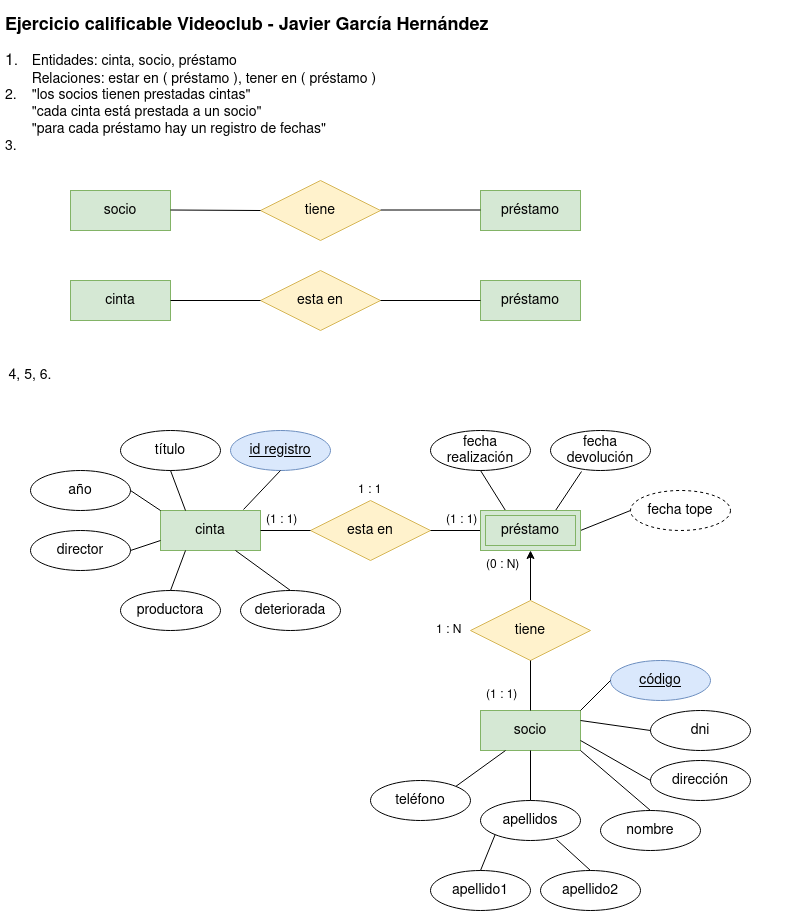
Earlier version of the draw.io export ejercicioevaluable1.png (javigh193/bae). Source tidied: cells renumbered, new cells last; positions are measured from the earlier drawing's top-left corner, leaving out a move shared by most shapes.
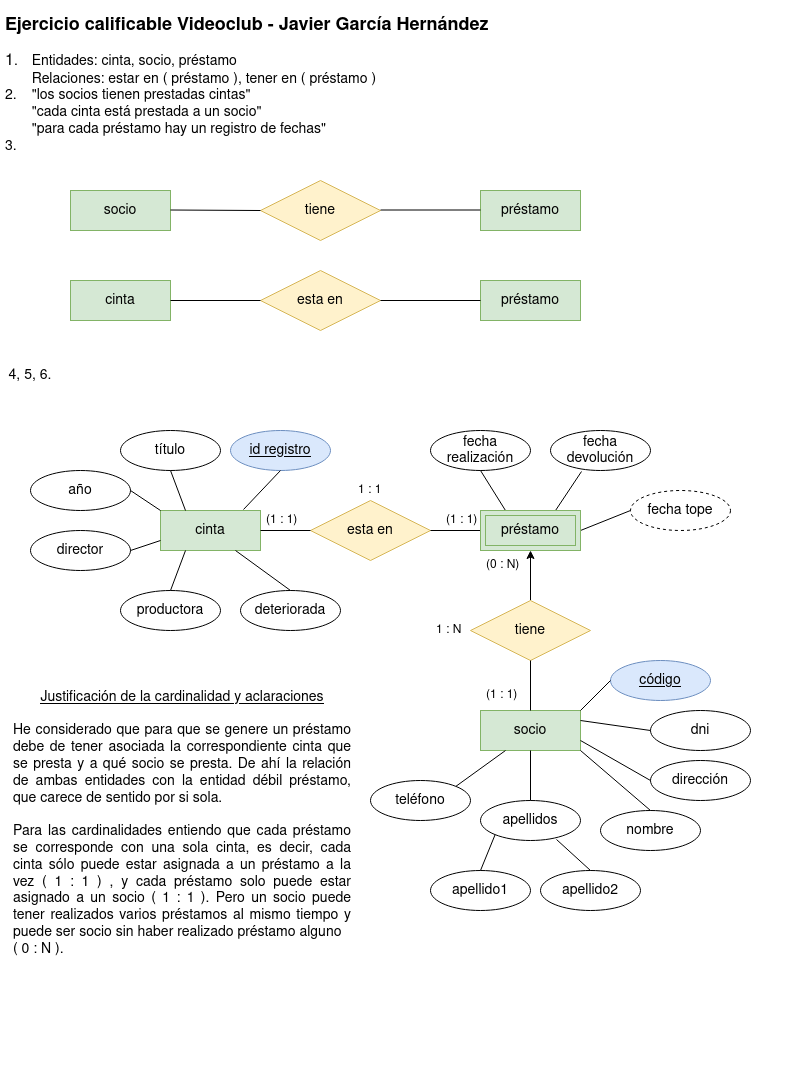
The same diagram one commit later.

What changed in the source:
```diff
@@ -200,5 +200,8 @@
     <mxCell id="62" value="1 : N" style="text;strokeColor=none;fillColor=none;spacingLeft=4;spacingRight=4;overflow=hidden;fontSize=12;" parent="1" vertex="1">
       <mxGeometry x="430" y="605" width="50" height="30" as="geometry" />
     </mxCell>
+    <mxCell id="63" value="&lt;div&gt;&lt;u&gt;Justificación de la cardinalidad y aclaraciones&lt;br&gt;&lt;/u&gt;&lt;/div&gt;&lt;div&gt;&lt;u&gt;&lt;br&gt;&lt;/u&gt;&lt;/div&gt;&lt;div align=&quot;justify&quot;&gt;He considerado que para que se genere un préstamo debe de tener asociada la correspondiente cinta que se presta y a qué socio se presta. De ahí la relación de ambas entidades con la entidad débil préstamo, que carece de sentido por si sola.&lt;/div&gt;&lt;div align=&quot;justify&quot;&gt;&lt;br&gt;&lt;/div&gt;&lt;div align=&quot;justify&quot;&gt;Para las cardinalidades entiendo que cada préstamo se corresponde con una sola cinta, es decir, cada cinta sólo puede estar asignada a un préstamo a la vez ( 1 : 1 ) , y cada préstamo solo puede estar asignado a un socio ( 1 : 1 ). Pero un socio puede tener realizados varios préstamos al mismo tiempo y puede ser socio sin haber realizado préstamo alguno &lt;br&gt;&lt;/div&gt;&lt;div align=&quot;justify&quot;&gt;( 0 : N ).&lt;br&gt;&lt;/div&gt;&lt;div&gt;&lt;u&gt;&lt;br&gt;&lt;/u&gt;&lt;/div&gt;&lt;div&gt;&lt;u&gt;&lt;br&gt;&lt;/u&gt;&lt;/div&gt;&lt;div&gt;&lt;u&gt;&lt;br&gt;&lt;/u&gt;&lt;/div&gt;&lt;div&gt;&lt;u&gt;&lt;br&gt;&lt;/u&gt;&lt;/div&gt;&lt;div&gt;&lt;u&gt;&lt;br&gt;&lt;/u&gt;&lt;/div&gt;&lt;div&gt;&lt;u&gt;&lt;br&gt;&lt;/u&gt;&lt;/div&gt;&lt;div&gt;&lt;u&gt;&lt;br&gt;&lt;/u&gt;&lt;/div&gt;&lt;div&gt;&lt;u&gt;&lt;br&gt;&lt;/u&gt;&lt;/div&gt;" style="text;html=1;strokeColor=none;fillColor=none;align=center;verticalAlign=middle;whiteSpace=wrap;rounded=0;fontSize=14;" parent="1" vertex="1">
+      <mxGeometry x="12" y="720" width="340" height="320" as="geometry" />
+    </mxCell>
   </root>
 </mxGraphModel>
```
